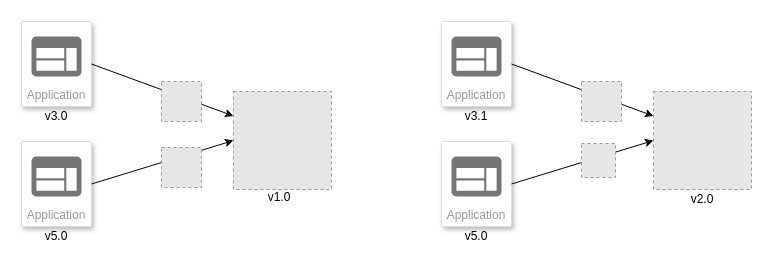
Earlier version of the draw.io diagram Backward-compatibility-API.drawio (vdupain/draw.io). Source tidied: cells renumbered, new cells numbered last; positions are measured from the earlier drawing's top-left corner, leaving out a move shared by most shapes. Both pictures are drawn from the tidied source at 100%, with x=0, y=0 at pixel (21, 21). Pictures stored in the file or linked from it are replaced by grey dashed boxes.
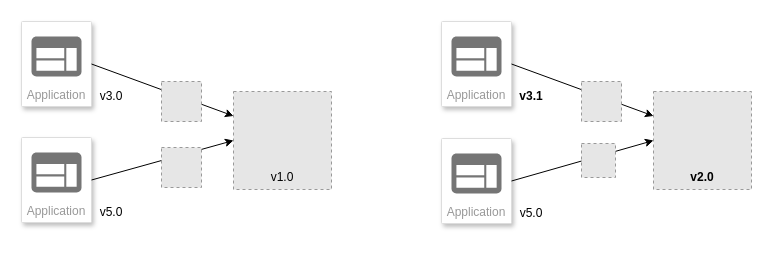
The same page after the edit.

Change to the diagram source:
```diff
@@
+    <mxCell id="19" style="fillColor=#E6E6E6;strokeColor=#999999;dashed=1;html=1;verticalAlign=top;verticalLabelPosition=bottom;labelBackgroundColor=#ffffff;" parent="1" vertex="1">
+      <mxGeometry x="632" y="70" width="98" height="98" as="geometry" />
+    </mxCell>
+    <mxCell id="9" style="fillColor=#E6E6E6;strokeColor=#999999;dashed=1;html=1;verticalAlign=top;verticalLabelPosition=bottom;labelBackgroundColor=#ffffff;" parent="1" vertex="1">
+      <mxGeometry x="212" y="70" width="98" height="98" as="geometry" />
+    </mxCell>
@@
     <mxCell id="4" value="Application" style="strokeColor=#dddddd;shadow=1;strokeWidth=1;rounded=1;absoluteArcSize=1;arcSize=2;labelPosition=center;verticalLabelPosition=middle;align=center;verticalAlign=bottom;spacingLeft=0;fontColor=#999999;fontSize=12;whiteSpace=wrap;spacingBottom=2;" parent="1" vertex="1">
-      <mxGeometry y="120" width="70" height="85" as="geometry" />
+      <mxGeometry y="116" width="70" height="85" as="geometry" />
     </mxCell>
@@
     <mxCell id="6" value="v1.0" style="text;html=1;strokeColor=none;fillColor=none;align=center;verticalAlign=middle;whiteSpace=wrap;rounded=0;" parent="1" vertex="1">
-      <mxGeometry x="238" y="166" width="40" height="20" as="geometry" />
+      <mxGeometry x="241" y="146" width="40" height="20" as="geometry" />
     </mxCell>
@@
-    <mxCell id="9" style="fillColor=#E6E6E6;strokeColor=#999999;dashed=1;html=1;verticalAlign=top;verticalLabelPosition=bottom;labelBackgroundColor=#ffffff;" parent="1" vertex="1">
-      <mxGeometry x="212" y="70" width="98" height="98" as="geometry" />
-    </mxCell>
@@
     <mxCell id="14" value="Application" style="strokeColor=#dddddd;shadow=1;strokeWidth=1;rounded=1;absoluteArcSize=1;arcSize=2;labelPosition=center;verticalLabelPosition=middle;align=center;verticalAlign=bottom;spacingLeft=0;fontColor=#999999;fontSize=12;whiteSpace=wrap;spacingBottom=2;" parent="1" vertex="1">
-      <mxGeometry x="420" y="120" width="70" height="85" as="geometry" />
+      <mxGeometry x="420" y="117" width="70" height="85" as="geometry" />
     </mxCell>
@@
-    <mxCell id="16" value="v2.0" style="text;html=1;strokeColor=none;fillColor=none;align=center;verticalAlign=middle;whiteSpace=wrap;rounded=0;" parent="1" vertex="1">
-      <mxGeometry x="661" y="168" width="40" height="20" as="geometry" />
+    <mxCell id="16" value="v2.0" style="text;html=1;strokeColor=none;fillColor=none;align=center;verticalAlign=middle;whiteSpace=wrap;rounded=0;fontStyle=1;" parent="1" vertex="1">
+      <mxGeometry x="661" y="146" width="40" height="20" as="geometry" />
     </mxCell>
@@
-    <mxCell id="19" style="fillColor=#E6E6E6;strokeColor=#999999;dashed=1;html=1;verticalAlign=top;verticalLabelPosition=bottom;labelBackgroundColor=#ffffff;" parent="1" vertex="1">
-      <mxGeometry x="632" y="70" width="98" height="98" as="geometry" />
-    </mxCell>
@@
     <mxCell id="22" value="v3.0" style="text;html=1;strokeColor=none;fillColor=none;align=center;verticalAlign=middle;whiteSpace=wrap;rounded=0;" parent="1" vertex="1">
-      <mxGeometry x="15" y="85" width="40" height="20" as="geometry" />
+      <mxGeometry x="70" y="65" width="40" height="20" as="geometry" />
     </mxCell>
-    <mxCell id="23" value="v3.1" style="text;html=1;strokeColor=none;fillColor=none;align=center;verticalAlign=middle;whiteSpace=wrap;rounded=0;" parent="1" vertex="1">
-      <mxGeometry x="435" y="85" width="40" height="20" as="geometry" />
+    <mxCell id="23" value="v3.1" style="text;html=1;strokeColor=none;fillColor=none;align=center;verticalAlign=middle;whiteSpace=wrap;rounded=0;fontStyle=1;" parent="1" vertex="1">
+      <mxGeometry x="490" y="65" width="40" height="20" as="geometry" />
     </mxCell>
     <mxCell id="24" value="v5.0" style="text;html=1;strokeColor=none;fillColor=none;align=center;verticalAlign=middle;whiteSpace=wrap;rounded=0;" parent="1" vertex="1">
-      <mxGeometry x="15" y="205" width="40" height="20" as="geometry" />
+      <mxGeometry x="70" y="181" width="40" height="20" as="geometry" />
     </mxCell>
     <mxCell id="25" value="v5.0" style="text;html=1;strokeColor=none;fillColor=none;align=center;verticalAlign=middle;whiteSpace=wrap;rounded=0;" parent="1" vertex="1">
-      <mxGeometry x="435" y="205" width="40" height="20" as="geometry" />
+      <mxGeometry x="490" y="182" width="40" height="20" as="geometry" />
     </mxCell>
```
